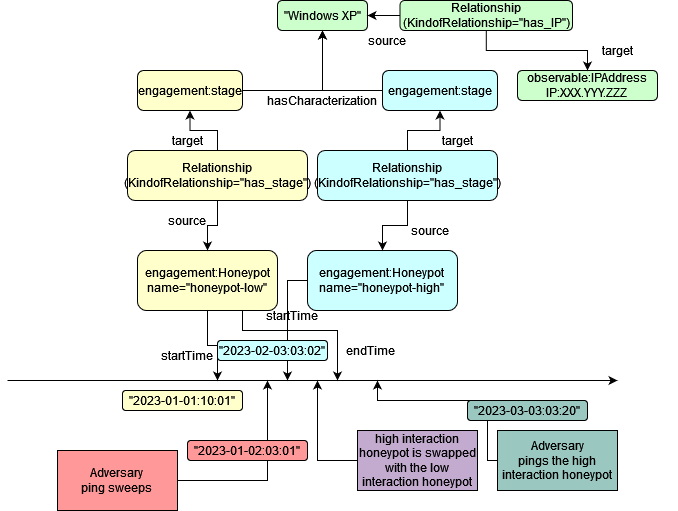
Earlier version of the draw.io export examples/Fluid Deception/FluidDeceptionExample.drawio.png (UNHSAILLab/Adversary-Engagement-Ontology). Source tidied: cells renumbered, new cells last; positions are measured from the earlier drawing's top-left corner, leaving out a move shared by most shapes.
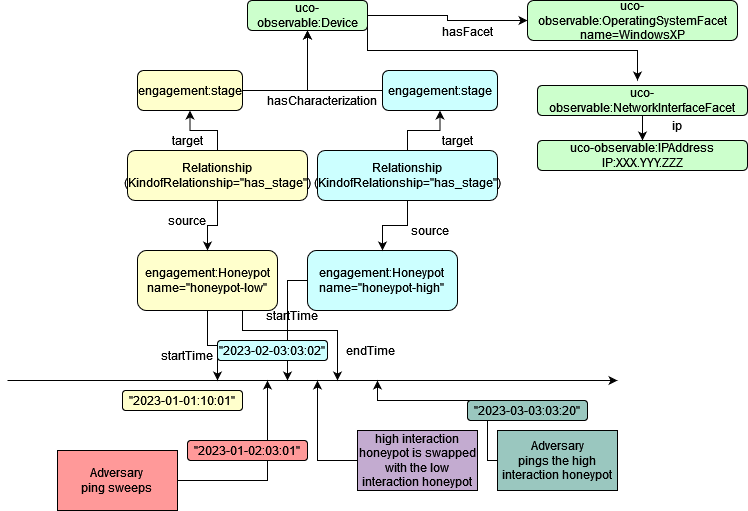
Later version of the same file.

Commit message:
updating fluid deception diagram

Change to the diagram source:
```diff
@@ -16,8 +16,8 @@
     <mxCell id="5" value="engagement:stage" style="rounded=1;whiteSpace=wrap;html=1;fillColor=#FFFFCC;" parent="1" vertex="1">
       <mxGeometry x="130" y="70" width="105" height="40" as="geometry" />
     </mxCell>
-    <mxCell id="6" value="&quot;Windows XP&quot;" style="rounded=1;whiteSpace=wrap;html=1;fillColor=#CCFFCC;" parent="1" vertex="1">
-      <mxGeometry x="270" width="90" height="30" as="geometry" />
+    <mxCell id="6" value="uco-observable:Device" style="rounded=1;whiteSpace=wrap;html=1;fillColor=#CCFFCC;" parent="1" vertex="1">
+      <mxGeometry x="240" width="120" height="30" as="geometry" />
     </mxCell>
     <mxCell id="7" style="edgeStyle=orthogonalEdgeStyle;rounded=0;jettySize=auto;html=1;entryX=0.5;entryY=0;entryDx=0;entryDy=0;" parent="1" edge="1" source="9" target="3">
       <mxGeometry relative="1" as="geometry" />
@@ -115,9 +115,6 @@
     <mxCell id="30" value="high interaction honeypot is swapped with the low interaction honeypot" style="rounded=0;whiteSpace=wrap;html=1;fillColor=#C3ABD0;" parent="1" vertex="1">
       <mxGeometry x="350" y="430" width="120" height="60" as="geometry" />
     </mxCell>
-    <mxCell id="31" value="observable:IPAddress&lt;br&gt;&lt;div&gt;IP:XXX.YYY.ZZZ&lt;/div&gt;" style="rounded=1;whiteSpace=wrap;html=1;fillColor=#CCFFCC;" parent="1" vertex="1">
-      <mxGeometry x="510" y="70" width="140" height="30" as="geometry" />
-    </mxCell>
     <mxCell id="32" value="&lt;div&gt;Adversary&lt;/div&gt;&lt;div&gt;pings the high interaction honeypot&lt;br&gt;&lt;/div&gt;" style="rounded=0;whiteSpace=wrap;html=1;fillColor=#9AC7BF;" parent="1" vertex="1">
       <mxGeometry x="490" y="430" width="120" height="60" as="geometry" />
     </mxCell>
@@ -139,23 +136,38 @@
     <mxCell id="36" value="&quot;2023-03-03:03:20&quot;" style="rounded=1;whiteSpace=wrap;html=1;fillColor=#9AC7BF;" parent="1" vertex="1">
       <mxGeometry x="460" y="400" width="120" height="20" as="geometry" />
     </mxCell>
-    <mxCell id="37" style="edgeStyle=orthogonalEdgeStyle;rounded=0;jettySize=auto;html=1;entryX=1;entryY=0.5;entryDx=0;entryDy=0;" parent="1" edge="1" source="39" target="6">
-      <mxGeometry relative="1" as="geometry" />
-    </mxCell>
-    <mxCell id="38" style="edgeStyle=orthogonalEdgeStyle;rounded=0;jettySize=auto;html=1;entryX=0.5;entryY=0;entryDx=0;entryDy=0;" parent="1" edge="1" source="39" target="31">
+    <mxCell id="38" style="edgeStyle=orthogonalEdgeStyle;rounded=0;jettySize=auto;html=1;entryX=0;entryY=0.5;entryDx=0;entryDy=0;exitX=1;exitY=0.5;exitDx=0;exitDy=0;" parent="1" edge="1" source="6" target="43">
       <mxGeometry relative="1" as="geometry" />
     </mxCell>
-    <mxCell id="39" value="&lt;div&gt;Relationship&lt;/div&gt;&lt;div&gt;(KindofRelationship=&quot;has_IP&quot;)&lt;br&gt;&lt;/div&gt;" style="rounded=1;whiteSpace=wrap;html=1;fillColor=#CCFFCC;" parent="1" vertex="1">
-      <mxGeometry x="392.5" width="172.5" height="30" as="geometry" />
-    </mxCell>
     <mxCell id="40" value="target" style="text;html=1;strokeColor=none;fillColor=none;align=center;verticalAlign=middle;whiteSpace=wrap;rounded=0;" parent="1" vertex="1">
       <mxGeometry x="120" y="130" width="120" height="20" as="geometry" />
     </mxCell>
-    <mxCell id="41" value="target" style="text;html=1;strokeColor=none;fillColor=none;align=center;verticalAlign=middle;whiteSpace=wrap;rounded=0;" parent="1" vertex="1">
-      <mxGeometry x="550" y="40" width="120" height="20" as="geometry" />
-    </mxCell>
-    <mxCell id="42" value="source" style="text;html=1;strokeColor=none;fillColor=none;align=center;verticalAlign=middle;whiteSpace=wrap;rounded=0;" parent="1" vertex="1">
-      <mxGeometry x="350" y="30" width="60" height="20" as="geometry" />
+    <mxCell id="42" value="hasFacet" style="text;html=1;strokeColor=none;fillColor=none;align=center;verticalAlign=middle;whiteSpace=wrap;rounded=0;" parent="1" vertex="1">
+      <mxGeometry x="430" y="21" width="60" height="20" as="geometry" />
     </mxCell>
+    <mxCell id="43" value="&lt;div&gt;uco-observable:OperatingSystemFacet&lt;/div&gt;&lt;div&gt;name=WindowsXP&lt;/div&gt;" style="rounded=1;whiteSpace=wrap;html=1;fillColor=#CCFFCC;" parent="1" vertex="1">
+      <mxGeometry x="520" width="210" height="40" as="geometry" />
+    </mxCell>
+    <mxCell id="44" value="&lt;div&gt;uco-observable:NetworkInterfaceFacet&lt;/div&gt;" style="rounded=1;whiteSpace=wrap;html=1;fillColor=#CCFFCC;" parent="1" vertex="1">
+      <mxGeometry x="530" y="85" width="210" height="30" as="geometry" />
+    </mxCell>
+    <mxCell id="45" value="&lt;div&gt;uco-observable:IPAddress&lt;/div&gt;&lt;div&gt;IP:XXX.YYY.ZZZ&lt;/div&gt;" style="rounded=1;whiteSpace=wrap;html=1;fillColor=#CCFFCC;" parent="1" vertex="1">
+      <mxGeometry x="530" y="140" width="210" height="30" as="geometry" />
+    </mxCell>
+    <mxCell id="46" style="edgeStyle=orthogonalEdgeStyle;rounded=0;jettySize=auto;html=1;exitX=1;exitY=0.75;exitDx=0;exitDy=0;" parent="1" edge="1" source="6">
+      <mxGeometry relative="1" as="geometry">
+        <mxPoint x="630" y="80" as="targetPoint" />
+        <Array as="points">
+          <mxPoint x="360" y="50" />
+          <mxPoint x="630" y="50" />
+        </Array>
+      </mxGeometry>
+    </mxCell>
+    <mxCell id="47" style="edgeStyle=orthogonalEdgeStyle;rounded=0;jettySize=auto;html=1;entryX=0.5;entryY=0;entryDx=0;entryDy=0;exitX=0.5;exitY=1;exitDx=0;exitDy=0;" parent="1" edge="1" source="44" target="45">
+      <mxGeometry relative="1" as="geometry" />
+    </mxCell>
+    <mxCell id="48" value="ip" style="text;html=1;strokeColor=none;fillColor=none;align=center;verticalAlign=middle;whiteSpace=wrap;rounded=0;" parent="1" vertex="1">
+      <mxGeometry x="640" y="115" width="60" height="20" as="geometry" />
+    </mxCell>
   </root>
 </mxGraphModel>
```
